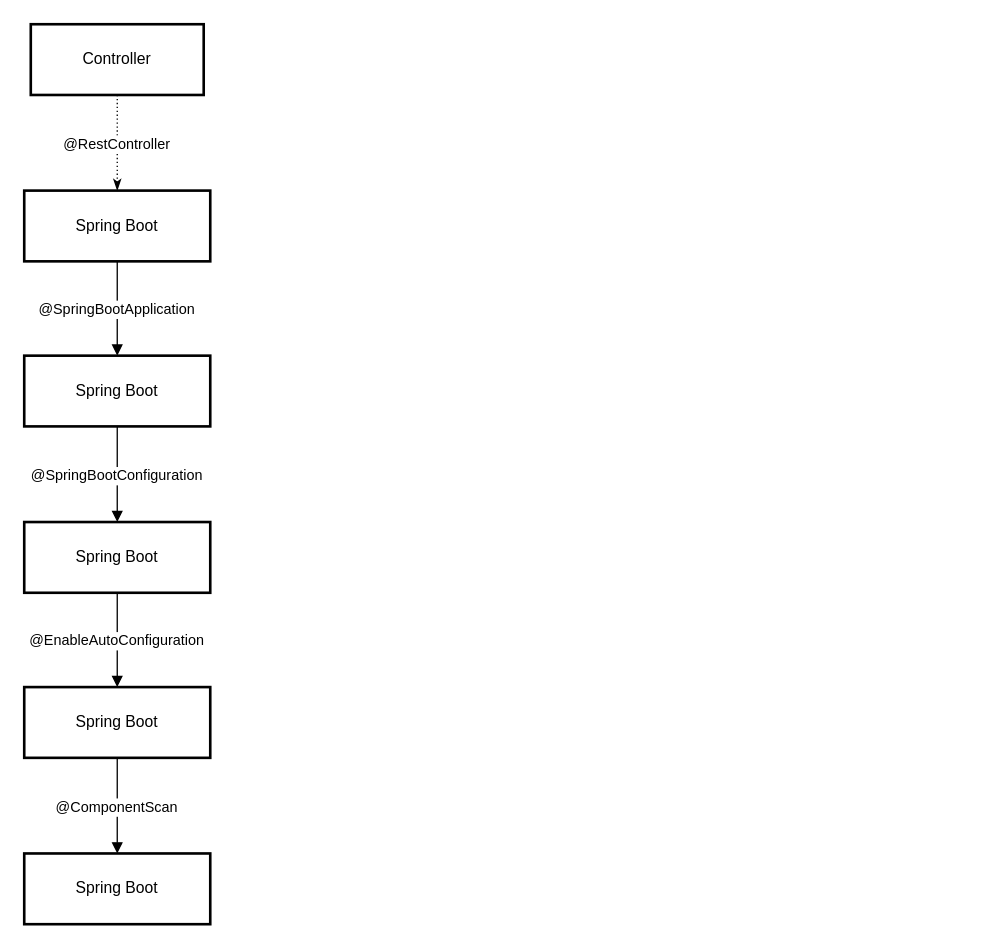
Earlier version of the draw.io diagram SpringBoot_Annotations.drawio (vijayskr/springboot_annotations). Source tidied: cells renumbered, new cells numbered last; positions are measured from the earlier drawing's top-left corner, leaving out a move shared by most shapes. Both pictures are drawn from the tidied source at 131%, with x=0, y=0 at pixel (24, 24).
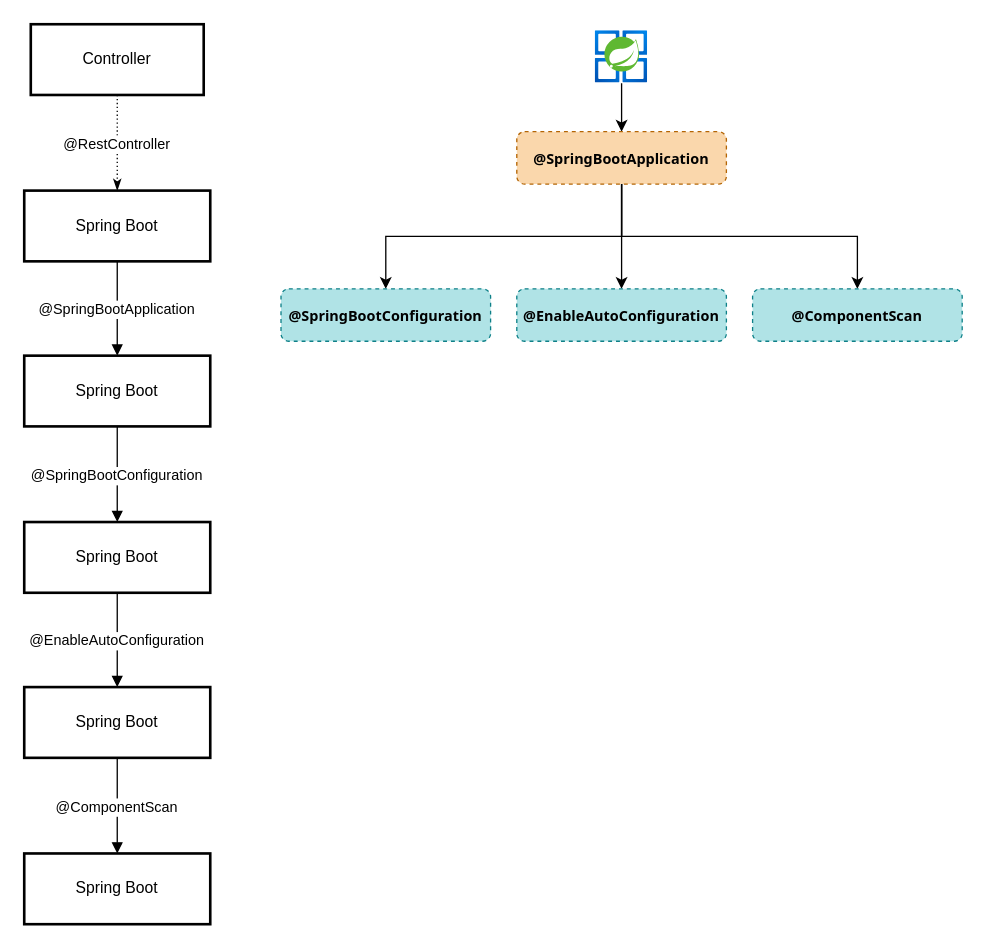
Above is the later version.

Change to the diagram source:
```diff
@@
+    <mxCell id="13" style="edgeStyle=orthogonalEdgeStyle;rounded=0;jettySize=auto;html=1;entryX=0.5;entryY=0;entryDx=0;entryDy=0;flowAnimation=1;" parent="1" edge="1" source="14" target="18">
+      <mxGeometry relative="1" as="geometry" />
+    </mxCell>
+    <mxCell id="14" style="image;html=1;points=[];align=center;fontSize=12;image=img/lib/azure2/compute/Azure_Spring_Cloud.svg;imageBorder=none;imageBackground=none;sketch=1;curveFitting=1;jiggle=2;" parent="1" vertex="1">
+      <mxGeometry x="436" y="5" width="40" height="40" as="geometry" />
+    </mxCell>
+    <mxCell id="15" style="edgeStyle=orthogonalEdgeStyle;rounded=0;jettySize=auto;html=1;entryX=0.5;entryY=0;entryDx=0;entryDy=0;flowAnimation=1;" parent="1" edge="1" source="18" target="20">
+      <mxGeometry relative="1" as="geometry" />
+    </mxCell>
+    <mxCell id="16" style="edgeStyle=orthogonalEdgeStyle;rounded=0;jettySize=auto;html=1;entryX=0.5;entryY=0;entryDx=0;entryDy=0;exitX=0.5;exitY=1;exitDx=0;exitDy=0;flowAnimation=1;" parent="1" edge="1" source="18" target="19">
+      <mxGeometry relative="1" as="geometry" />
+    </mxCell>
+    <mxCell id="17" style="edgeStyle=orthogonalEdgeStyle;rounded=0;jettySize=auto;html=1;exitX=0.5;exitY=1;exitDx=0;exitDy=0;flowAnimation=1;" parent="1" edge="1" source="18" target="21">
+      <mxGeometry relative="1" as="geometry" />
+    </mxCell>
+    <mxCell id="18" value="@SpringBootApplication" style="rounded=1;whiteSpace=wrap;html=1;fillColor=#fad7ac;strokeColor=#b46504;dashed=1;fontFamily=Tahoma;fontStyle=1;fontSize=11;" parent="1" vertex="1">
+      <mxGeometry x="376" y="82" width="160" height="40" as="geometry" />
+    </mxCell>
+    <mxCell id="19" value="@SpringBootConfiguration" style="rounded=1;whiteSpace=wrap;html=1;fillColor=#b0e3e6;strokeColor=#0e8088;dashed=1;fontFamily=Tahoma;fontStyle=1;fontSize=11;" parent="1" vertex="1">
+      <mxGeometry x="196" y="202" width="160" height="40" as="geometry" />
+    </mxCell>
+    <mxCell id="20" value="@EnableAutoConfiguration" style="rounded=1;whiteSpace=wrap;html=1;fillColor=#b0e3e6;strokeColor=#0e8088;dashed=1;fontFamily=Tahoma;fontStyle=1;fontSize=11;" parent="1" vertex="1">
+      <mxGeometry x="376" y="202" width="160" height="40" as="geometry" />
+    </mxCell>
+    <mxCell id="21" value="@ComponentScan" style="rounded=1;whiteSpace=wrap;html=1;fillColor=#b0e3e6;strokeColor=#0e8088;dashed=1;fontFamily=Tahoma;fontStyle=1;fontSize=11;" parent="1" vertex="1">
+      <mxGeometry x="556" y="202" width="160" height="40" as="geometry" />
+    </mxCell>
```
